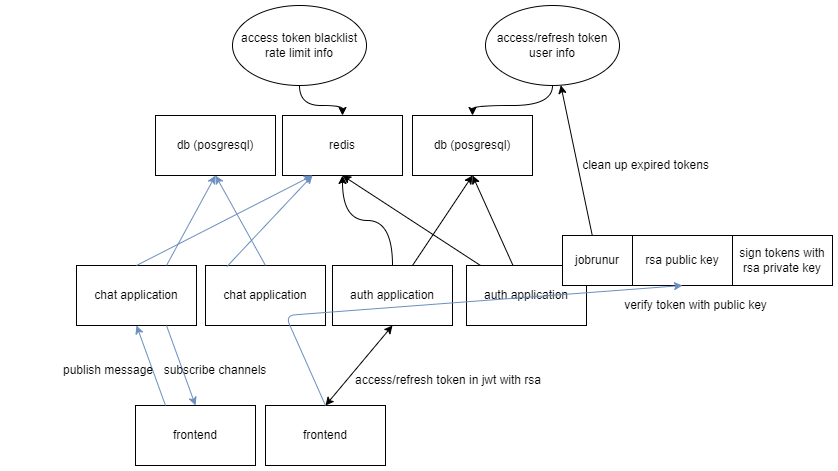
Above: architecture.png in joejoe2/spring-chat (draw.io), before the change. Source tidied: cells renumbered, new cells last; positions are measured from the earlier drawing's top-left corner, leaving out a move shared by most shapes.
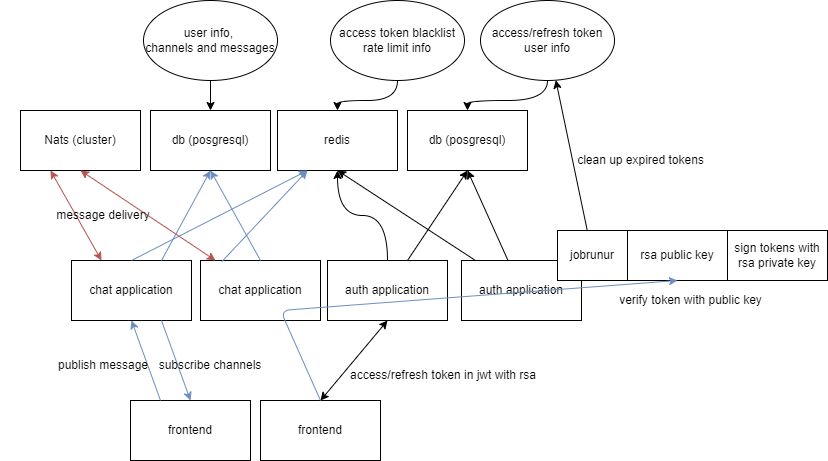
The same diagram one commit later.

Change to the diagram source:
```diff
@@ -30,7 +30,7 @@
       <mxGeometry relative="1" as="geometry" />
     </mxCell>
     <mxCell id="11" value="access token blacklist&lt;br&gt;rate limit info" style="ellipse;whiteSpace=wrap;html=1;" parent="1" vertex="1">
-      <mxGeometry x="227" width="134" height="80" as="geometry" />
+      <mxGeometry x="330" width="134" height="80" as="geometry" />
     </mxCell>
     <mxCell id="12" style="edgeStyle=orthogonalEdgeStyle;curved=1;jettySize=auto;html=1;" parent="1" edge="1" source="13" target="8">
       <mxGeometry relative="1" as="geometry" />
@@ -108,5 +108,23 @@
     <mxCell id="35" value="subscribe channels" style="text;html=1;strokeColor=none;fillColor=none;align=center;verticalAlign=middle;whiteSpace=wrap;rounded=0;" parent="1" vertex="1">
       <mxGeometry x="107" y="350" width="206" height="30" as="geometry" />
     </mxCell>
+    <mxCell id="36" value="Nats (cluster)" style="rounded=0;whiteSpace=wrap;html=1;" parent="1" vertex="1">
+      <mxGeometry x="20" y="110" width="120" height="60" as="geometry" />
+    </mxCell>
+    <mxCell id="37" style="endArrow=classic;startArrow=classic;html=1;entryX=0.25;entryY=1;entryDx=0;entryDy=0;exitX=0.25;exitY=0;exitDx=0;exitDy=0;fillColor=#f8cecc;strokeColor=#b85450;" parent="1" edge="1" source="21" target="36">
+      <mxGeometry relative="1" as="geometry" />
+    </mxCell>
+    <mxCell id="38" style="endArrow=classic;startArrow=classic;html=1;entryX=0.5;entryY=1;entryDx=0;entryDy=0;fillColor=#f8cecc;strokeColor=#b85450;" parent="1" edge="1" source="22" target="36">
+      <mxGeometry relative="1" as="geometry" />
+    </mxCell>
+    <mxCell id="39" value="message delivery" style="text;html=1;strokeColor=none;fillColor=none;align=center;verticalAlign=middle;whiteSpace=wrap;rounded=0;" parent="1" vertex="1">
+      <mxGeometry y="200" width="206" height="30" as="geometry" />
+    </mxCell>
+    <mxCell id="40" style="edgeStyle=orthogonalEdgeStyle;rounded=0;jettySize=auto;html=1;entryX=0.5;entryY=0;entryDx=0;entryDy=0;" parent="1" edge="1" source="41" target="29">
+      <mxGeometry relative="1" as="geometry" />
+    </mxCell>
+    <mxCell id="41" value="user info, &lt;br&gt;channels and messages" style="ellipse;whiteSpace=wrap;html=1;" parent="1" vertex="1">
+      <mxGeometry x="143" width="134" height="80" as="geometry" />
+    </mxCell>
   </root>
 </mxGraphModel>
```
